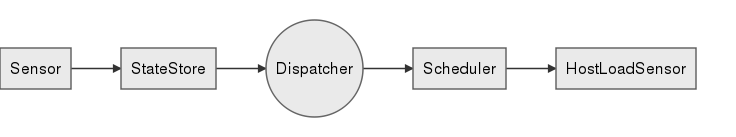
Before: sensors.mermaid.png, a diagram exported from Mermaid (asbjornenge/dux). Its source is kept beside it as sensors.mermaid.
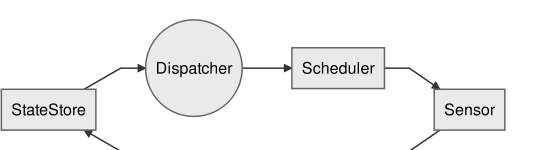
Later version of the same file.

What changed in the source:
```diff
@@ -7,5 +7,5 @@
 
 	StateStore --> Dispatcher
 	Dispatcher --> Scheduler
-    Scheduler --> HostLoadSensor
+    Scheduler --> Sensor
     Sensor --> StateStore
```
